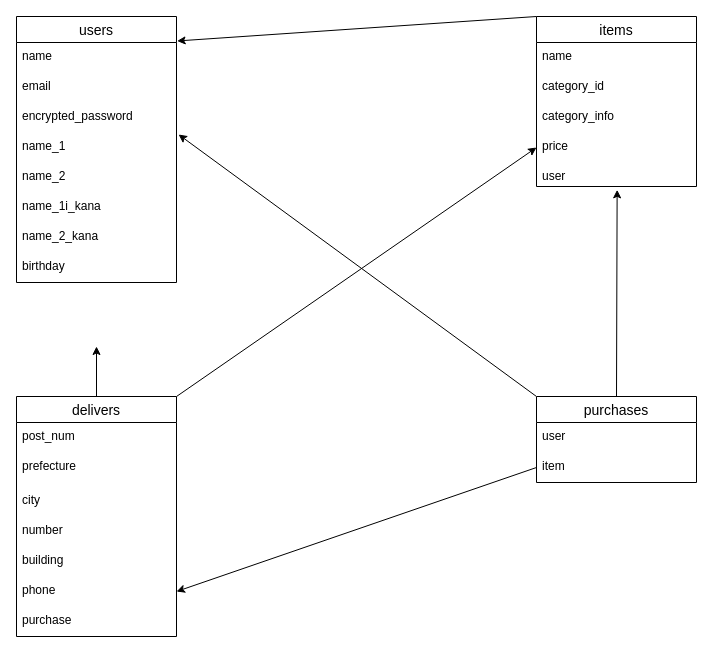
Before: furima.dio in umigitumi/furima-39755, a draw.io diagram. Source tidied: cells renumbered, new cells numbered last; positions are measured from the earlier drawing's top-left corner, leaving out a move shared by most shapes. Both pictures are drawn from the tidied source at 100%, with x=0, y=0 at pixel (16, 16).
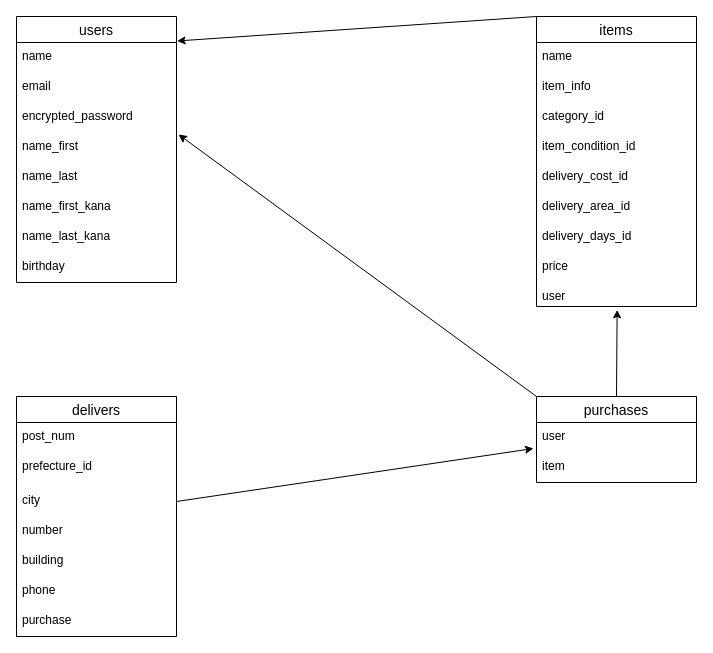
Above is the later version.

Unchanged cells that the change refers to:
```xml
<mxCell id="2" value="users" style="swimlane;fontStyle=0;horizontal=1;startSize=26;align=center;fontSize=14;" parent="1" vertex="1">
  <mxGeometry width="160" height="266" as="geometry" />
</mxCell>
<mxCell id="20" value="delivers" style="swimlane;fontStyle=0;horizontal=1;startSize=26;align=center;fontSize=14;" parent="1" vertex="1">
  <mxGeometry y="380" width="160" height="240" as="geometry" />
</mxCell>
<mxCell id="23" value="city" style="text;strokeColor=none;fillColor=none;spacingLeft=4;spacingRight=4;overflow=hidden;points=[[0,0.5],[1,0.5]];portConstraint=eastwest;fontSize=12;" parent="20" vertex="1">
  <mxGeometry y="90" width="160" height="30" as="geometry" />
</mxCell>
<mxCell id="26" value="phone" style="text;strokeColor=none;fillColor=none;spacingLeft=4;spacingRight=4;overflow=hidden;points=[[0,0.5],[1,0.5]];portConstraint=eastwest;fontSize=12;" parent="20" vertex="1">
  <mxGeometry y="180" width="160" height="30" as="geometry" />
</mxCell>
<mxCell id="32" value="item" style="text;strokeColor=none;fillColor=none;spacingLeft=4;spacingRight=4;overflow=hidden;points=[[0,0.5],[1,0.5]];portConstraint=eastwest;fontSize=12;" parent="30" vertex="1">
  <mxGeometry y="56" width="160" height="30" as="geometry" />
</mxCell>
```

Diff of the diagram source:
```diff
@@
-    <mxCell id="6" value="name_1" style="text;strokeColor=none;fillColor=none;spacingLeft=4;spacingRight=4;overflow=hidden;fontSize=12;" parent="2" vertex="1">
+    <mxCell id="6" value="name_first" style="text;strokeColor=none;fillColor=none;spacingLeft=4;spacingRight=4;overflow=hidden;fontSize=12;" parent="2" vertex="1">
       <mxGeometry y="116" width="160" height="30" as="geometry" />
     </mxCell>
-    <mxCell id="7" value="name_2" style="text;strokeColor=none;fillColor=none;spacingLeft=4;spacingRight=4;overflow=hidden;fontSize=12;" parent="2" vertex="1">
+    <mxCell id="7" value="name_last" style="text;strokeColor=none;fillColor=none;spacingLeft=4;spacingRight=4;overflow=hidden;fontSize=12;" parent="2" vertex="1">
       <mxGeometry y="146" width="160" height="30" as="geometry" />
     </mxCell>
-    <mxCell id="8" value="name_1i_kana" style="text;strokeColor=none;fillColor=none;spacingLeft=4;spacingRight=4;overflow=hidden;fontSize=12;" parent="2" vertex="1">
+    <mxCell id="8" value="name_first_kana" style="text;strokeColor=none;fillColor=none;spacingLeft=4;spacingRight=4;overflow=hidden;fontSize=12;" parent="2" vertex="1">
       <mxGeometry y="176" width="160" height="30" as="geometry" />
     </mxCell>
-    <mxCell id="9" value="name_2_kana" style="text;strokeColor=none;fillColor=none;spacingLeft=4;spacingRight=4;overflow=hidden;fontSize=12;" parent="2" vertex="1">
+    <mxCell id="9" value="name_last_kana" style="text;strokeColor=none;fillColor=none;spacingLeft=4;spacingRight=4;overflow=hidden;fontSize=12;" parent="2" vertex="1">
       <mxGeometry y="206" width="160" height="30" as="geometry" />
     </mxCell>
@@
     <mxCell id="12" value="items" style="swimlane;fontStyle=0;horizontal=1;startSize=26;align=center;fontSize=14;" parent="1" vertex="1">
-      <mxGeometry x="520" width="160" height="170" as="geometry" />
+      <mxGeometry x="520" width="160" height="290" as="geometry" />
     </mxCell>
@@
+    <mxCell id="15" value="item_info" style="text;strokeColor=none;fillColor=none;spacingLeft=4;spacingRight=4;overflow=hidden;fontSize=12;" parent="12" vertex="1">
+      <mxGeometry y="56" width="160" height="30" as="geometry" />
+    </mxCell>
     <mxCell id="14" value="category_id" style="text;strokeColor=none;fillColor=none;spacingLeft=4;spacingRight=4;overflow=hidden;fontSize=12;" parent="12" vertex="1">
-      <mxGeometry y="56" width="160" height="30" as="geometry" />
+      <mxGeometry y="86" width="160" height="30" as="geometry" />
     </mxCell>
-    <mxCell id="15" value="category_info" style="text;strokeColor=none;fillColor=none;spacingLeft=4;spacingRight=4;overflow=hidden;fontSize=12;" parent="12" vertex="1">
-      <mxGeometry y="86" width="160" height="30" as="geometry" />
-    </mxCell>
+    <mxCell id="34" value="item_condition_id" style="text;strokeColor=none;fillColor=none;spacingLeft=4;spacingRight=4;overflow=hidden;fontSize=12;" parent="12" vertex="1">
+      <mxGeometry y="116" width="160" height="30" as="geometry" />
+    </mxCell>
+    <mxCell id="35" value="delivery_cost_id" style="text;strokeColor=none;fillColor=none;spacingLeft=4;spacingRight=4;overflow=hidden;fontSize=12;" parent="12" vertex="1">
+      <mxGeometry y="146" width="160" height="30" as="geometry" />
+    </mxCell>
+    <mxCell id="36" value="delivery_area_id" style="text;strokeColor=none;fillColor=none;spacingLeft=4;spacingRight=4;overflow=hidden;fontSize=12;" parent="12" vertex="1">
+      <mxGeometry y="176" width="160" height="30" as="geometry" />
+    </mxCell>
+    <mxCell id="37" value="delivery_days_id" style="text;strokeColor=none;fillColor=none;spacingLeft=4;spacingRight=4;overflow=hidden;fontSize=12;" parent="12" vertex="1">
+      <mxGeometry y="206" width="160" height="30" as="geometry" />
+    </mxCell>
     <mxCell id="16" value="price" style="text;strokeColor=none;fillColor=none;spacingLeft=4;spacingRight=4;overflow=hidden;fontSize=12;" parent="12" vertex="1">
-      <mxGeometry y="116" width="160" height="30" as="geometry" />
+      <mxGeometry y="236" width="160" height="30" as="geometry" />
     </mxCell>
     <mxCell id="17" value="user" style="text;strokeColor=none;fillColor=none;spacingLeft=4;spacingRight=4;overflow=hidden;points=[[0,0.5],[1,0.5]];portConstraint=eastwest;fontSize=12;" parent="12" vertex="1">
-      <mxGeometry y="146" width="160" height="24" as="geometry" />
+      <mxGeometry y="266" width="160" height="24" as="geometry" />
     </mxCell>
-    <mxCell id="18" style="edgeStyle=none;html=1;exitX=1;exitY=0;exitDx=0;exitDy=0;entryX=0;entryY=0.5;entryDx=0;entryDy=0;" parent="1" edge="1" source="20">
-      <mxGeometry relative="1" as="geometry">
-        <mxPoint x="520" y="131" as="targetPoint" />
-      </mxGeometry>
-    </mxCell>
-    <mxCell id="19" style="edgeStyle=none;html=1;exitX=0.5;exitY=0;exitDx=0;exitDy=0;entryX=0.5;entryY=1.133;entryDx=0;entryDy=0;entryPerimeter=0;" parent="1" edge="1" source="20">
-      <mxGeometry relative="1" as="geometry">
-        <mxPoint x="80" y="330" as="targetPoint" />
-      </mxGeometry>
-    </mxCell>
@@
-    <mxCell id="22" value="prefecture" style="text;strokeColor=none;fillColor=none;spacingLeft=4;spacingRight=4;overflow=hidden;fontSize=12;" parent="20" vertex="1">
+    <mxCell id="22" value="prefecture_id" style="text;strokeColor=none;fillColor=none;spacingLeft=4;spacingRight=4;overflow=hidden;fontSize=12;" parent="20" vertex="1">
       <mxGeometry y="56" width="160" height="34" as="geometry" />
     </mxCell>
@@
-    <mxCell id="33" style="edgeStyle=none;html=1;exitX=0;exitY=0.5;exitDx=0;exitDy=0;entryX=1;entryY=0.5;entryDx=0;entryDy=0;" parent="1" edge="1" source="32" target="26">
-      <mxGeometry relative="1" as="geometry" />
-    </mxCell>
+    <mxCell id="38" style="edgeStyle=none;html=1;exitX=1;exitY=0.5;exitDx=0;exitDy=0;entryX=-0.019;entryY=-0.133;entryDx=0;entryDy=0;entryPerimeter=0;" parent="1" edge="1" source="23" target="32">
+      <mxGeometry relative="1" as="geometry" />
+    </mxCell>
```
